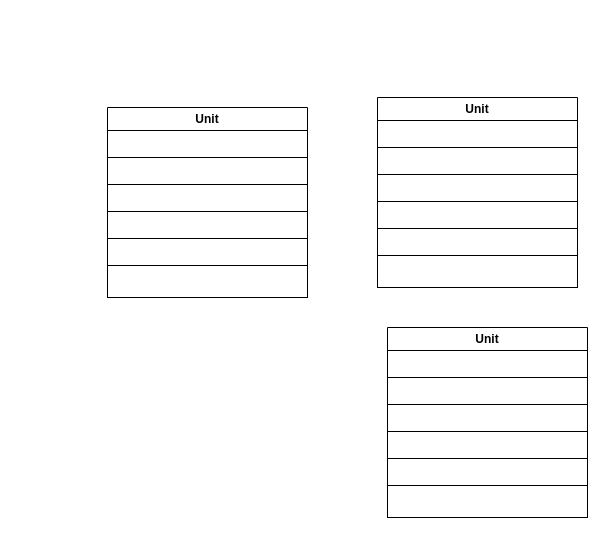
melihkaragoz/docs keeps this draw.io diagram as genc_gelecek.drawio. Above is the earlier version. Source tidied: cells renumbered, new cells numbered last; positions are measured from the earlier drawing's top-left corner, leaving out a move shared by most shapes. Both pictures are drawn from the tidied source at 100%, with x=0, y=0 at pixel (107, 97).
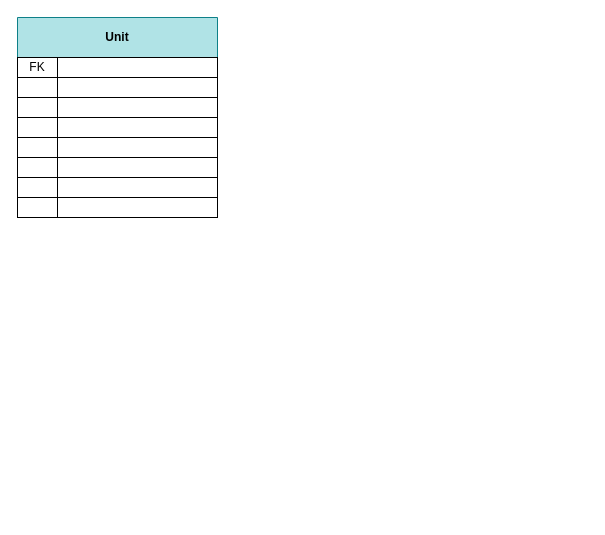
The same diagram, later.

Commit message:
created db_table scheme

Change to the diagram source:
```diff
@@
-    <mxCell id="2" value="Unit" style="swimlane;whiteSpace=wrap;html=1;" parent="1" vertex="1">
-      <mxGeometry y="10" width="200" height="190" as="geometry" />
-    </mxCell>
-    <mxCell id="3" style="whiteSpace=wrap;html=1;" parent="2" vertex="1">
-      <mxGeometry y="50" width="200" height="27" as="geometry" />
-    </mxCell>
-    <mxCell id="4" style="whiteSpace=wrap;html=1;" parent="2" vertex="1">
-      <mxGeometry y="77" width="200" height="27" as="geometry" />
-    </mxCell>
-    <mxCell id="5" style="whiteSpace=wrap;html=1;" parent="2" vertex="1">
-      <mxGeometry y="104" width="200" height="27" as="geometry" />
-    </mxCell>
-    <mxCell id="6" style="whiteSpace=wrap;html=1;" parent="2" vertex="1">
-      <mxGeometry y="131" width="200" height="27" as="geometry" />
-    </mxCell>
-    <mxCell id="7" style="whiteSpace=wrap;html=1;" parent="2" vertex="1">
-      <mxGeometry y="158" width="200" height="32" as="geometry" />
-    </mxCell>
-    <mxCell id="8" style="whiteSpace=wrap;html=1;" parent="1" vertex="1">
-      <mxGeometry y="33" width="200" height="27" as="geometry" />
-    </mxCell>
-    <mxCell id="9" value="Unit" style="swimlane;whiteSpace=wrap;html=1;" parent="1" vertex="1">
-      <mxGeometry x="270" width="200" height="190" as="geometry" />
-    </mxCell>
-    <mxCell id="10" style="whiteSpace=wrap;html=1;" parent="9" vertex="1">
-      <mxGeometry y="50" width="200" height="27" as="geometry" />
-    </mxCell>
-    <mxCell id="11" style="whiteSpace=wrap;html=1;" parent="9" vertex="1">
-      <mxGeometry y="77" width="200" height="27" as="geometry" />
-    </mxCell>
-    <mxCell id="12" style="whiteSpace=wrap;html=1;" parent="9" vertex="1">
-      <mxGeometry y="104" width="200" height="27" as="geometry" />
-    </mxCell>
-    <mxCell id="13" style="whiteSpace=wrap;html=1;" parent="9" vertex="1">
-      <mxGeometry y="131" width="200" height="27" as="geometry" />
-    </mxCell>
-    <mxCell id="14" style="whiteSpace=wrap;html=1;" parent="9" vertex="1">
-      <mxGeometry y="158" width="200" height="32" as="geometry" />
-    </mxCell>
-    <mxCell id="15" style="whiteSpace=wrap;html=1;" parent="9" vertex="1">
-      <mxGeometry y="23" width="200" height="27" as="geometry" />
-    </mxCell>
-    <mxCell id="16" value="Unit" style="swimlane;whiteSpace=wrap;html=1;" parent="1" vertex="1">
-      <mxGeometry x="280" y="230" width="200" height="190" as="geometry" />
-    </mxCell>
-    <mxCell id="17" style="whiteSpace=wrap;html=1;" parent="16" vertex="1">
-      <mxGeometry y="50" width="200" height="27" as="geometry" />
-    </mxCell>
-    <mxCell id="18" style="whiteSpace=wrap;html=1;" parent="16" vertex="1">
-      <mxGeometry y="77" width="200" height="27" as="geometry" />
-    </mxCell>
-    <mxCell id="19" style="whiteSpace=wrap;html=1;" parent="16" vertex="1">
-      <mxGeometry y="77" width="200" height="27" as="geometry" />
-    </mxCell>
-    <mxCell id="20" style="whiteSpace=wrap;html=1;" parent="16" vertex="1">
-      <mxGeometry y="131" width="200" height="27" as="geometry" />
-    </mxCell>
-    <mxCell id="21" style="whiteSpace=wrap;html=1;" parent="16" vertex="1">
-      <mxGeometry y="158" width="200" height="32" as="geometry" />
-    </mxCell>
-    <mxCell id="22" style="whiteSpace=wrap;html=1;" parent="16" vertex="1">
-      <mxGeometry y="23" width="200" height="27" as="geometry" />
-    </mxCell>
-    <mxCell id="23" style="whiteSpace=wrap;html=1;" parent="16" vertex="1">
-      <mxGeometry y="104" width="200" height="27" as="geometry" />
-    </mxCell>
+    <mxCell id="24" value="Unit" style="swimlane;whiteSpace=wrap;html=1;fillColor=#b0e3e6;strokeColor=#0e8088;startSize=40;" parent="1" vertex="1">
+      <mxGeometry x="-90" y="-80" width="200" height="200" as="geometry" />
+    </mxCell>
+    <mxCell id="25" style="whiteSpace=wrap;html=1;" parent="24" vertex="1">
+      <mxGeometry y="60" width="200" height="20" as="geometry" />
+    </mxCell>
+    <mxCell id="26" style="whiteSpace=wrap;html=1;" parent="24" vertex="1">
+      <mxGeometry y="40" width="200" height="20" as="geometry" />
+    </mxCell>
+    <mxCell id="27" value="FK" style="rounded=0;whiteSpace=wrap;html=1;" parent="24" vertex="1">
+      <mxGeometry y="40" width="40" height="20" as="geometry" />
+    </mxCell>
+    <mxCell id="28" style="whiteSpace=wrap;html=1;" parent="24" vertex="1">
+      <mxGeometry y="80" width="200" height="20" as="geometry" />
+    </mxCell>
+    <mxCell id="29" style="whiteSpace=wrap;html=1;" parent="24" vertex="1">
+      <mxGeometry y="100" width="200" height="20" as="geometry" />
+    </mxCell>
+    <mxCell id="30" style="whiteSpace=wrap;html=1;" parent="24" vertex="1">
+      <mxGeometry y="120" width="200" height="20" as="geometry" />
+    </mxCell>
+    <mxCell id="31" style="rounded=0;whiteSpace=wrap;html=1;" parent="24" vertex="1">
+      <mxGeometry y="60" width="40" height="20" as="geometry" />
+    </mxCell>
+    <mxCell id="32" style="whiteSpace=wrap;html=1;" parent="24" vertex="1">
+      <mxGeometry y="140" width="200" height="20" as="geometry" />
+    </mxCell>
+    <mxCell id="33" style="whiteSpace=wrap;html=1;" parent="24" vertex="1">
+      <mxGeometry y="160" width="200" height="20" as="geometry" />
+    </mxCell>
+    <mxCell id="34" style="whiteSpace=wrap;html=1;" parent="24" vertex="1">
+      <mxGeometry y="180" width="200" height="20" as="geometry" />
+    </mxCell>
+    <mxCell id="35" style="rounded=0;whiteSpace=wrap;html=1;" parent="24" vertex="1">
+      <mxGeometry y="80" width="40" height="20" as="geometry" />
+    </mxCell>
+    <mxCell id="36" style="rounded=0;whiteSpace=wrap;html=1;" parent="24" vertex="1">
+      <mxGeometry y="100" width="40" height="20" as="geometry" />
+    </mxCell>
+    <mxCell id="37" style="rounded=0;whiteSpace=wrap;html=1;" parent="24" vertex="1">
+      <mxGeometry y="120" width="40" height="20" as="geometry" />
+    </mxCell>
+    <mxCell id="38" style="rounded=0;whiteSpace=wrap;html=1;" parent="24" vertex="1">
+      <mxGeometry y="140" width="40" height="20" as="geometry" />
+    </mxCell>
+    <mxCell id="39" style="rounded=0;whiteSpace=wrap;html=1;" parent="24" vertex="1">
+      <mxGeometry y="160" width="40" height="20" as="geometry" />
+    </mxCell>
+    <mxCell id="40" style="rounded=0;whiteSpace=wrap;html=1;" parent="24" vertex="1">
+      <mxGeometry y="180" width="40" height="20" as="geometry" />
+    </mxCell>
```
